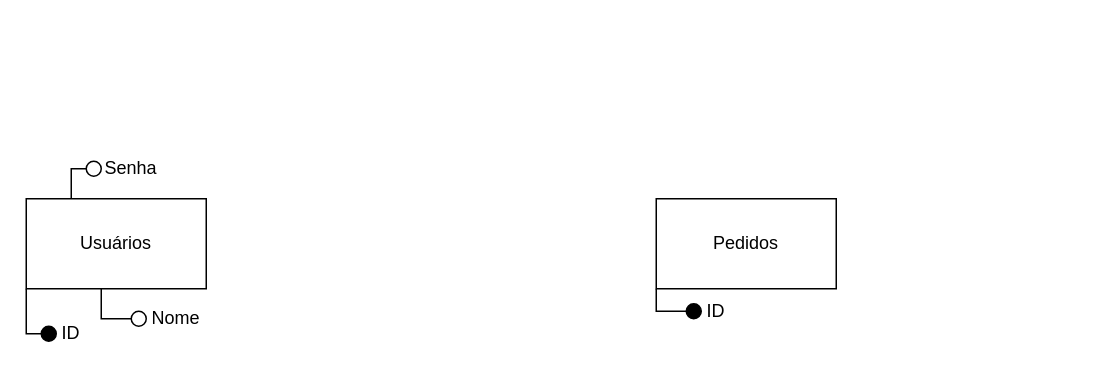
Earlier version of the draw.io diagram Modelo_Conceitual.drawio (ArcanjoDaGuarda/AnjoProjetos). Source tidied: cells renumbered, new cells numbered last; positions are measured from the earlier drawing's top-left corner, leaving out a move shared by most shapes. Both pictures are drawn from the tidied source at 150%, with x=0, y=0 at pixel (26, 153).
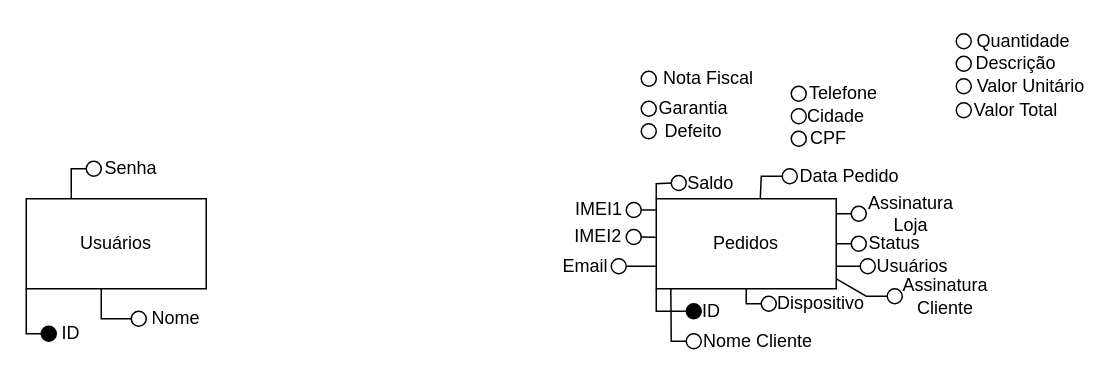
The same page after the edit.

Unchanged cells that the change refers to:
```xml
<mxCell id="2" value="Pedidos" style="rounded=0;whiteSpace=wrap;html=1;" parent="1" vertex="1">
  <mxGeometry x="420" y="30" width="120" height="60" as="geometry" />
</mxCell>
```

The edit, as a diff of the source:
```diff
@@
     <mxCell id="14" value="ID" style="text;html=1;strokeColor=none;fillColor=none;align=center;verticalAlign=middle;whiteSpace=wrap;rounded=0;" parent="1" vertex="1">
-      <mxGeometry x="450" y="95" width="20" height="20" as="geometry" />
+      <mxGeometry x="447" y="95" width="20" height="20" as="geometry" />
     </mxCell>
@@
+    <mxCell id="16" style="ellipse;whiteSpace=wrap;html=1;" parent="1" vertex="1">
+      <mxGeometry x="440" y="120" width="10" height="10" as="geometry" />
+    </mxCell>
+    <mxCell id="17" value="Nome Cliente" style="text;html=1;strokeColor=none;fillColor=none;align=center;verticalAlign=middle;whiteSpace=wrap;rounded=0;" parent="1" vertex="1">
+      <mxGeometry x="448" y="115" width="80" height="20" as="geometry" />
+    </mxCell>
+    <mxCell id="18" style="ellipse;whiteSpace=wrap;html=1;" parent="1" vertex="1">
+      <mxGeometry x="490" y="95" width="10" height="10" as="geometry" />
+    </mxCell>
+    <mxCell id="19" value="Dispositivo" style="text;html=1;strokeColor=none;fillColor=none;align=center;verticalAlign=middle;whiteSpace=wrap;rounded=0;" parent="1" vertex="1">
+      <mxGeometry x="500" y="90" width="60" height="20" as="geometry" />
+    </mxCell>
+    <mxCell id="20" style="ellipse;whiteSpace=wrap;html=1;" parent="1" vertex="1">
+      <mxGeometry x="510" y="-45" width="10" height="10" as="geometry" />
+    </mxCell>
+    <mxCell id="21" value="Telefone" style="text;html=1;strokeColor=none;fillColor=none;align=center;verticalAlign=middle;whiteSpace=wrap;rounded=0;" parent="1" vertex="1">
+      <mxGeometry x="520" y="-50" width="50" height="20" as="geometry" />
+    </mxCell>
+    <mxCell id="22" style="ellipse;whiteSpace=wrap;html=1;" parent="1" vertex="1">
+      <mxGeometry x="510" y="-30" width="10" height="10" as="geometry" />
+    </mxCell>
+    <mxCell id="23" value="Cidade" style="text;html=1;strokeColor=none;fillColor=none;align=center;verticalAlign=middle;whiteSpace=wrap;rounded=0;" parent="1" vertex="1">
+      <mxGeometry x="520" y="-35" width="40" height="20" as="geometry" />
+    </mxCell>
+    <mxCell id="24" style="ellipse;whiteSpace=wrap;html=1;" parent="1" vertex="1">
+      <mxGeometry x="510" y="-15" width="10" height="10" as="geometry" />
+    </mxCell>
+    <mxCell id="25" value="CPF" style="text;html=1;strokeColor=none;fillColor=none;align=center;verticalAlign=middle;whiteSpace=wrap;rounded=0;" parent="1" vertex="1">
+      <mxGeometry x="520" y="-20" width="30" height="20" as="geometry" />
+    </mxCell>
+    <mxCell id="26" style="ellipse;whiteSpace=wrap;html=1;" parent="1" vertex="1">
+      <mxGeometry x="504" y="10" width="10" height="10" as="geometry" />
+    </mxCell>
+    <mxCell id="27" value="Data Pedido" style="text;html=1;strokeColor=none;fillColor=none;align=center;verticalAlign=middle;whiteSpace=wrap;rounded=0;" parent="1" vertex="1">
+      <mxGeometry x="514" y="7" width="70" height="15" as="geometry" />
+    </mxCell>
+    <mxCell id="28" style="ellipse;whiteSpace=wrap;html=1;" parent="1" vertex="1">
+      <mxGeometry x="410" y="-55" width="10" height="10" as="geometry" />
+    </mxCell>
+    <mxCell id="29" value="Nota Fiscal" style="text;html=1;strokeColor=none;fillColor=none;align=center;verticalAlign=middle;whiteSpace=wrap;rounded=0;" parent="1" vertex="1">
+      <mxGeometry x="420" y="-60" width="70" height="20" as="geometry" />
+    </mxCell>
+    <mxCell id="30" style="ellipse;whiteSpace=wrap;html=1;" parent="1" vertex="1">
+      <mxGeometry x="390" y="70" width="10" height="10" as="geometry" />
+    </mxCell>
+    <mxCell id="31" value="Email" style="text;html=1;strokeColor=none;fillColor=none;align=center;verticalAlign=middle;whiteSpace=wrap;rounded=0;" parent="1" vertex="1">
+      <mxGeometry x="357" y="65" width="32" height="20" as="geometry" />
+    </mxCell>
+    <mxCell id="32" style="ellipse;whiteSpace=wrap;html=1;" parent="1" vertex="1">
+      <mxGeometry x="410" y="-35" width="10" height="10" as="geometry" />
+    </mxCell>
+    <mxCell id="33" value="Garantia" style="text;html=1;strokeColor=none;fillColor=none;align=center;verticalAlign=middle;whiteSpace=wrap;rounded=0;" parent="1" vertex="1">
+      <mxGeometry x="420" y="-40" width="50" height="20" as="geometry" />
+    </mxCell>
+    <mxCell id="34" style="ellipse;whiteSpace=wrap;html=1;" parent="1" vertex="1">
+      <mxGeometry x="410" y="-20" width="10" height="10" as="geometry" />
+    </mxCell>
+    <mxCell id="35" value="Defeito" style="text;html=1;strokeColor=none;fillColor=none;align=center;verticalAlign=middle;whiteSpace=wrap;rounded=0;" parent="1" vertex="1">
+      <mxGeometry x="425" y="-25" width="40" height="20" as="geometry" />
+    </mxCell>
+    <mxCell id="36" style="ellipse;whiteSpace=wrap;html=1;" parent="1" vertex="1">
+      <mxGeometry x="400" y="32.5" width="10" height="10" as="geometry" />
+    </mxCell>
+    <mxCell id="37" value="IMEI1" style="text;html=1;strokeColor=none;fillColor=none;align=center;verticalAlign=middle;whiteSpace=wrap;rounded=0;" parent="1" vertex="1">
+      <mxGeometry x="366" y="26.5" width="32" height="20" as="geometry" />
+    </mxCell>
+    <mxCell id="38" style="ellipse;whiteSpace=wrap;html=1;" parent="1" vertex="1">
+      <mxGeometry x="400" y="50.5" width="10" height="10" as="geometry" />
+    </mxCell>
+    <mxCell id="39" value="IMEI2" style="text;html=1;strokeColor=none;fillColor=none;align=center;verticalAlign=middle;whiteSpace=wrap;rounded=0;" parent="1" vertex="1">
+      <mxGeometry x="365" y="45" width="33" height="20" as="geometry" />
+    </mxCell>
+    <mxCell id="40" style="ellipse;whiteSpace=wrap;html=1;" parent="1" vertex="1">
+      <mxGeometry x="620" y="-80" width="10" height="10" as="geometry" />
+    </mxCell>
+    <mxCell id="41" value="Quantidade" style="text;html=1;strokeColor=none;fillColor=none;align=center;verticalAlign=middle;whiteSpace=wrap;rounded=0;" parent="1" vertex="1">
+      <mxGeometry x="635" y="-85" width="60" height="20" as="geometry" />
+    </mxCell>
+    <mxCell id="42" style="ellipse;whiteSpace=wrap;html=1;" parent="1" vertex="1">
+      <mxGeometry x="620" y="-65" width="10" height="10" as="geometry" />
+    </mxCell>
+    <mxCell id="43" value="Descrição" style="text;html=1;strokeColor=none;fillColor=none;align=center;verticalAlign=middle;whiteSpace=wrap;rounded=0;" parent="1" vertex="1">
+      <mxGeometry x="630" y="-70" width="60" height="20" as="geometry" />
+    </mxCell>
+    <mxCell id="44" style="ellipse;whiteSpace=wrap;html=1;" parent="1" vertex="1">
+      <mxGeometry x="620" y="-50" width="10" height="10" as="geometry" />
+    </mxCell>
+    <mxCell id="45" value="Valor Unitário" style="text;html=1;strokeColor=none;fillColor=none;align=center;verticalAlign=middle;whiteSpace=wrap;rounded=0;" parent="1" vertex="1">
+      <mxGeometry x="630" y="-55" width="80" height="20" as="geometry" />
+    </mxCell>
+    <mxCell id="46" style="ellipse;whiteSpace=wrap;html=1;" parent="1" vertex="1">
+      <mxGeometry x="620" y="-34" width="10" height="10" as="geometry" />
+    </mxCell>
+    <mxCell id="47" value="Valor Total" style="text;html=1;strokeColor=none;fillColor=none;align=center;verticalAlign=middle;whiteSpace=wrap;rounded=0;" parent="1" vertex="1">
+      <mxGeometry x="630" y="-39" width="60" height="20" as="geometry" />
+    </mxCell>
+    <mxCell id="48" style="ellipse;whiteSpace=wrap;html=1;" parent="1" vertex="1">
+      <mxGeometry x="430" y="14.5" width="10" height="10" as="geometry" />
+    </mxCell>
+    <mxCell id="49" value="Saldo" style="text;html=1;strokeColor=none;fillColor=none;align=center;verticalAlign=middle;whiteSpace=wrap;rounded=0;" parent="1" vertex="1">
+      <mxGeometry x="440" y="14.5" width="33" height="10.5" as="geometry" />
+    </mxCell>
+    <mxCell id="50" style="ellipse;whiteSpace=wrap;html=1;" parent="1" vertex="1">
+      <mxGeometry x="574" y="90" width="10" height="10" as="geometry" />
+    </mxCell>
+    <mxCell id="51" value="Assinatura Cliente" style="text;html=1;strokeColor=none;fillColor=none;align=center;verticalAlign=middle;whiteSpace=wrap;rounded=0;" parent="1" vertex="1">
+      <mxGeometry x="578" y="85" width="70" height="20" as="geometry" />
+    </mxCell>
+    <mxCell id="52" style="ellipse;whiteSpace=wrap;html=1;" parent="1" vertex="1">
+      <mxGeometry x="550" y="35" width="10" height="10" as="geometry" />
+    </mxCell>
+    <mxCell id="53" value="Assinatura Loja" style="text;html=1;strokeColor=none;fillColor=none;align=center;verticalAlign=middle;whiteSpace=wrap;rounded=0;" parent="1" vertex="1">
+      <mxGeometry x="560" y="30" width="60" height="20" as="geometry" />
+    </mxCell>
+    <mxCell id="54" style="ellipse;whiteSpace=wrap;html=1;" parent="1" vertex="1">
+      <mxGeometry x="556" y="70" width="10" height="10" as="geometry" />
+    </mxCell>
+    <mxCell id="55" value="Usuários" style="text;html=1;strokeColor=none;fillColor=none;align=center;verticalAlign=middle;whiteSpace=wrap;rounded=0;" parent="1" vertex="1">
+      <mxGeometry x="566" y="65" width="50" height="20" as="geometry" />
+    </mxCell>
+    <mxCell id="56" style="ellipse;whiteSpace=wrap;html=1;" parent="1" vertex="1">
+      <mxGeometry x="550" y="55" width="10" height="10" as="geometry" />
+    </mxCell>
+    <mxCell id="57" value="Status" style="text;html=1;strokeColor=none;fillColor=none;align=center;verticalAlign=middle;whiteSpace=wrap;rounded=0;" parent="1" vertex="1">
+      <mxGeometry x="559" y="50" width="40" height="20" as="geometry" />
+    </mxCell>
+    <mxCell id="58" style="endArrow=none;html=1;rounded=0;exitX=0.081;exitY=0.995;exitDx=0;exitDy=0;exitPerimeter=0;entryX=0;entryY=0.5;entryDx=0;entryDy=0;" parent="1" edge="1" source="2" target="16">
+      <mxGeometry relative="1" as="geometry">
+        <Array as="points">
+          <mxPoint x="430" y="125" />
+        </Array>
+      </mxGeometry>
+    </mxCell>
+    <mxCell id="59" style="endArrow=none;html=1;rounded=0;entryX=0.5;entryY=1;entryDx=0;entryDy=0;exitX=0;exitY=0.5;exitDx=0;exitDy=0;" parent="1" edge="1" source="18" target="2">
+      <mxGeometry relative="1" as="geometry">
+        <Array as="points">
+          <mxPoint x="480" y="100" />
+        </Array>
+      </mxGeometry>
+    </mxCell>
+    <mxCell id="60" style="endArrow=none;html=1;rounded=0;entryX=0;entryY=0.5;entryDx=0;entryDy=0;" parent="1" edge="1" target="56">
+      <mxGeometry relative="1" as="geometry">
+        <mxPoint x="540" y="60" as="sourcePoint" />
+      </mxGeometry>
+    </mxCell>
+    <mxCell id="61" style="endArrow=none;html=1;rounded=0;exitX=1;exitY=0.75;exitDx=0;exitDy=0;entryX=0;entryY=0.5;entryDx=0;entryDy=0;" parent="1" edge="1" source="2" target="54">
+      <mxGeometry relative="1" as="geometry" />
+    </mxCell>
+    <mxCell id="62" style="endArrow=none;html=1;rounded=0;entryX=0;entryY=0.5;entryDx=0;entryDy=0;" parent="1" edge="1" target="52">
+      <mxGeometry relative="1" as="geometry">
+        <mxPoint x="540" y="40" as="sourcePoint" />
+      </mxGeometry>
+    </mxCell>
+    <mxCell id="63" style="endArrow=none;html=1;rounded=0;exitX=-0.003;exitY=0.126;exitDx=0;exitDy=0;exitPerimeter=0;entryX=1;entryY=0.5;entryDx=0;entryDy=0;" parent="1" edge="1" source="2" target="36">
+      <mxGeometry relative="1" as="geometry" />
+    </mxCell>
+    <mxCell id="64" style="endArrow=none;html=1;rounded=0;exitX=-0.004;exitY=0.428;exitDx=0;exitDy=0;exitPerimeter=0;entryX=1;entryY=0.5;entryDx=0;entryDy=0;" parent="1" edge="1" source="2" target="38">
+      <mxGeometry relative="1" as="geometry" />
+    </mxCell>
+    <mxCell id="65" style="endArrow=none;html=1;rounded=0;exitX=0;exitY=0.75;exitDx=0;exitDy=0;entryX=1;entryY=0.5;entryDx=0;entryDy=0;" parent="1" edge="1" source="2" target="30">
+      <mxGeometry relative="1" as="geometry" />
+    </mxCell>
+    <mxCell id="66" style="endArrow=none;html=1;rounded=0;entryX=0;entryY=0.5;entryDx=0;entryDy=0;exitX=1.003;exitY=0.892;exitDx=0;exitDy=0;exitPerimeter=0;" parent="1" edge="1" source="2" target="50">
+      <mxGeometry relative="1" as="geometry">
+        <Array as="points">
+          <mxPoint x="560" y="95" />
+        </Array>
+      </mxGeometry>
+    </mxCell>
+    <mxCell id="67" style="endArrow=none;html=1;rounded=0;exitX=0.578;exitY=0.002;exitDx=0;exitDy=0;exitPerimeter=0;entryX=0;entryY=0.5;entryDx=0;entryDy=0;" parent="1" edge="1" source="2" target="26">
+      <mxGeometry relative="1" as="geometry">
+        <Array as="points">
+          <mxPoint x="490" y="15" />
+        </Array>
+      </mxGeometry>
+    </mxCell>
+    <mxCell id="68" style="endArrow=none;html=1;rounded=0;exitX=0;exitY=0;exitDx=0;exitDy=0;entryX=0;entryY=0.5;entryDx=0;entryDy=0;" parent="1" edge="1" source="2" target="48">
+      <mxGeometry relative="1" as="geometry">
+        <Array as="points">
+          <mxPoint x="420" y="20" />
+        </Array>
+      </mxGeometry>
+    </mxCell>
```
